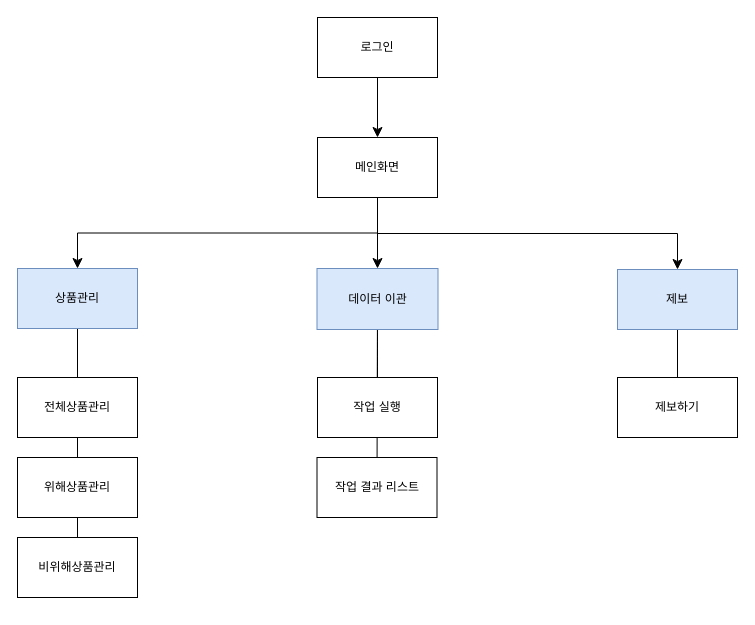
Before: [위해상품 관리 시스템]_메뉴트리.drawio in SOOMINCHA/product_front, a draw.io diagram. Source tidied: cells renumbered, new cells numbered last; positions are measured from the earlier drawing's top-left corner, leaving out a move shared by most shapes. Both pictures are drawn from the tidied source at 100%, with x=0, y=0 at pixel (17, 17).
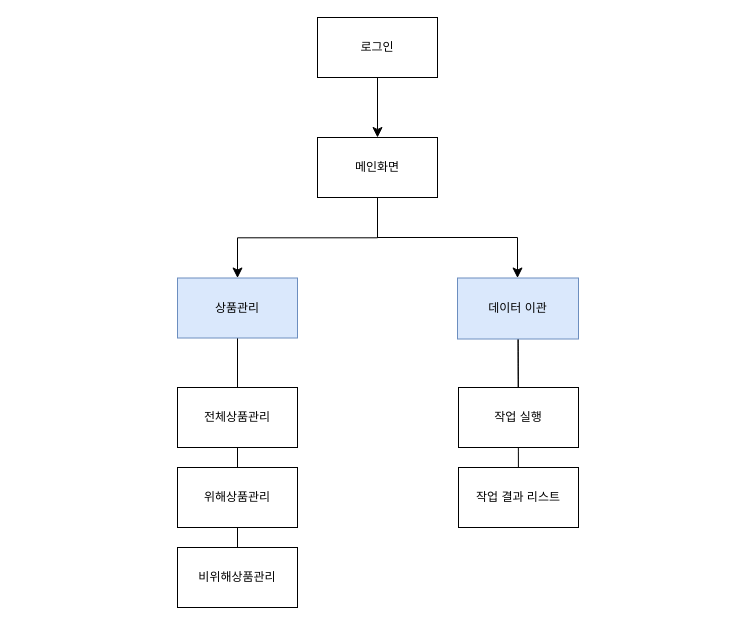
The same page after the edit.

Commit message:
[위해상품 관리 시스템]_메뉴트리.drawio 업데이트

Unchanged cells that the change refers to:
```xml
<mxCell id="6" value="메인화면" style="rounded=0;whiteSpace=wrap;html=1;" parent="1" vertex="1">
  <mxGeometry x="300" y="120" width="120" height="60" as="geometry" />
</mxCell>
```

What changed in the source:
```diff
@@
     <mxCell id="5" style="edgeStyle=orthogonalEdgeStyle;rounded=0;jettySize=auto;html=1;fontSize=12;startSize=8;endSize=8;" parent="1" edge="1" source="6" target="13">
-      <mxGeometry relative="1" as="geometry" />
+      <mxGeometry relative="1" as="geometry">
+        <Array as="points">
+          <mxPoint x="360" y="220" />
+          <mxPoint x="500" y="220" />
+        </Array>
+      </mxGeometry>
     </mxCell>
@@
     <mxCell id="10" value="상품관리" style="rounded=0;whiteSpace=wrap;html=1;fillColor=#dae8fc;strokeColor=#6c8ebf;" parent="1" vertex="1">
-      <mxGeometry y="251" width="120" height="60" as="geometry" />
+      <mxGeometry x="160" y="260.5" width="120" height="60" as="geometry" />
     </mxCell>
@@
     <mxCell id="13" value="데이터 이관" style="rounded=0;whiteSpace=wrap;html=1;fillColor=#dae8fc;strokeColor=#6c8ebf;" parent="1" vertex="1">
-      <mxGeometry x="299.5" y="251" width="121" height="61" as="geometry" />
+      <mxGeometry x="440" y="260.5" width="121" height="61" as="geometry" />
     </mxCell>
-    <mxCell id="14" style="rounded=0;jettySize=auto;html=1;fontSize=12;endArrow=none;endFill=0;" parent="1" edge="1" source="15" target="22">
-      <mxGeometry relative="1" as="geometry" />
-    </mxCell>
-    <mxCell id="15" value="제보" style="rounded=0;whiteSpace=wrap;html=1;fillColor=#dae8fc;strokeColor=#6c8ebf;" parent="1" vertex="1">
-      <mxGeometry x="600" y="252" width="120" height="60" as="geometry" />
-    </mxCell>
-    <mxCell id="16" style="edgeStyle=orthogonalEdgeStyle;rounded=0;jettySize=auto;html=1;entryX=0.5;entryY=0;entryDx=0;entryDy=0;fontSize=12;startSize=8;endSize=8;exitX=0.5;exitY=1;exitDx=0;exitDy=0;" parent="1" edge="1" source="6" target="15">
-      <mxGeometry relative="1" as="geometry" />
-    </mxCell>
@@
     <mxCell id="18" value="전체상품관리" style="rounded=0;whiteSpace=wrap;html=1;" parent="1" vertex="1">
-      <mxGeometry y="360" width="120" height="60" as="geometry" />
+      <mxGeometry x="160" y="370" width="120" height="60" as="geometry" />
     </mxCell>
     <mxCell id="19" value="비위해상품관리" style="rounded=0;whiteSpace=wrap;html=1;" parent="1" vertex="1">
-      <mxGeometry y="520" width="120" height="60" as="geometry" />
+      <mxGeometry x="160" y="530" width="120" height="60" as="geometry" />
     </mxCell>
     <mxCell id="20" value="위해상품관리" style="rounded=0;whiteSpace=wrap;html=1;" parent="1" vertex="1">
-      <mxGeometry y="440" width="120" height="60" as="geometry" />
+      <mxGeometry x="160" y="450" width="120" height="60" as="geometry" />
     </mxCell>
     <mxCell id="21" value="작업 결과 리스트" style="rounded=0;whiteSpace=wrap;html=1;" parent="1" vertex="1">
-      <mxGeometry x="299.5" y="440" width="120" height="60" as="geometry" />
+      <mxGeometry x="441" y="450" width="120" height="60" as="geometry" />
     </mxCell>
-    <mxCell id="22" value="제보하기" style="rounded=0;whiteSpace=wrap;html=1;" parent="1" vertex="1">
-      <mxGeometry x="600" y="360" width="120" height="60" as="geometry" />
-    </mxCell>
     <mxCell id="23" value="작업 실행" style="rounded=0;whiteSpace=wrap;html=1;" parent="1" vertex="1">
-      <mxGeometry x="300" y="360" width="120" height="60" as="geometry" />
+      <mxGeometry x="441" y="370" width="120" height="60" as="geometry" />
     </mxCell>
```
